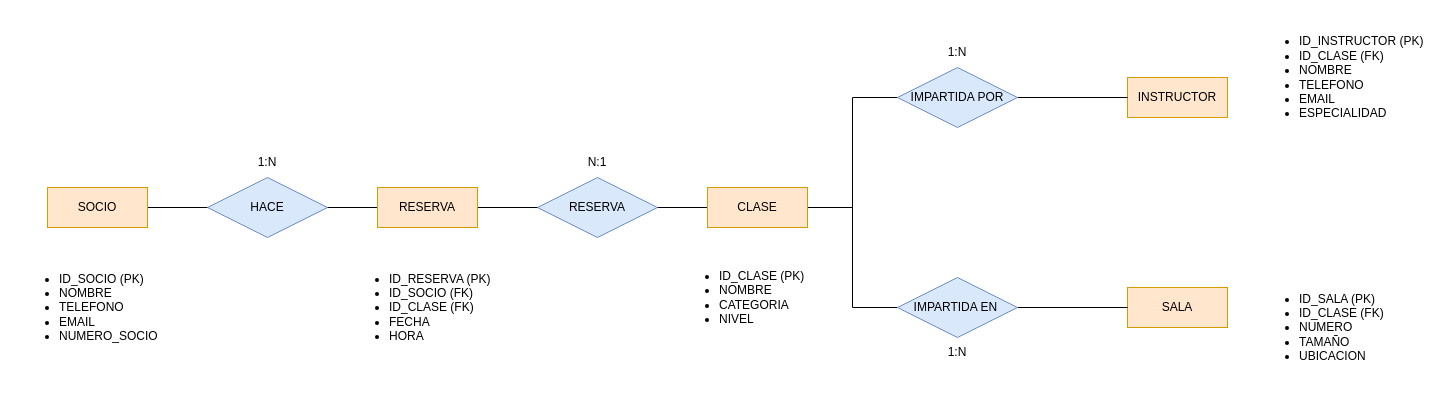
The draw.io diagram E4. Gimnasio.drawio in Milikituki/PracticasBBDD, before the edit. Source tidied: cells renumbered, new cells numbered last; positions are measured from the earlier drawing's top-left corner, leaving out a move shared by most shapes. Both pictures are drawn from the tidied source at 100%, with x=0, y=0 at pixel (17, 17).
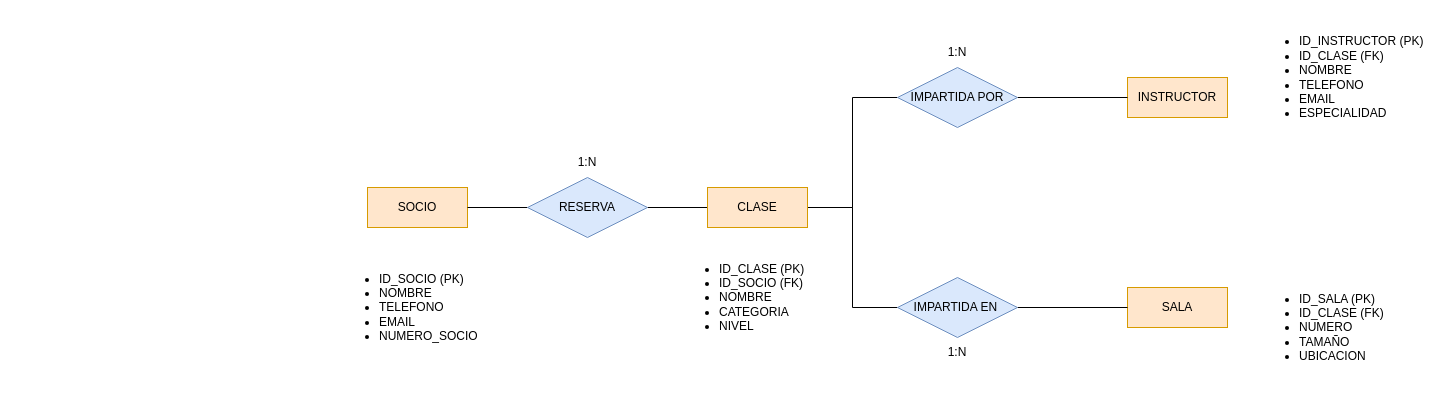
Above is the later version.

Unchanged cells that the change refers to:
```xml
<mxCell id="8" value="CLASE" style="whiteSpace=wrap;html=1;align=center;fillColor=#ffe6cc;strokeColor=#d79b00;" parent="1" vertex="1">
  <mxGeometry x="690" y="170" width="100" height="40" as="geometry" />
</mxCell>
```

What changed in the source:
```diff
@@
-    <mxCell id="3" style="edgeStyle=orthogonalEdgeStyle;rounded=0;jettySize=auto;html=1;entryX=0;entryY=0.5;entryDx=0;entryDy=0;endArrow=none;endFill=0;" parent="1" edge="1" source="4" target="8">
+    <mxCell id="3" style="edgeStyle=orthogonalEdgeStyle;rounded=0;jettySize=auto;html=1;entryX=0;entryY=0.5;entryDx=0;entryDy=0;endArrow=none;endFill=0;" parent="1" edge="1" source="11" target="8">
       <mxGeometry relative="1" as="geometry" />
     </mxCell>
     <mxCell id="4" value="SOCIO" style="whiteSpace=wrap;html=1;align=center;fillColor=#ffe6cc;strokeColor=#d79b00;" parent="1" vertex="1">
-      <mxGeometry x="30" y="170" width="100" height="40" as="geometry" />
+      <mxGeometry x="350" y="170" width="100" height="40" as="geometry" />
     </mxCell>
-    <mxCell id="5" value="RESERVA" style="whiteSpace=wrap;html=1;align=center;fillColor=#ffe6cc;strokeColor=#d79b00;" parent="1" vertex="1">
-      <mxGeometry x="360" y="170" width="100" height="40" as="geometry" />
-    </mxCell>
@@
-    <mxCell id="11" value="HACE" style="shape=rhombus;perimeter=rhombusPerimeter;whiteSpace=wrap;html=1;align=center;fillColor=#dae8fc;strokeColor=#6c8ebf;" parent="1" vertex="1">
-      <mxGeometry x="190" y="160" width="120" height="60" as="geometry" />
-    </mxCell>
-    <mxCell id="12" value="RESERVA" style="shape=rhombus;perimeter=rhombusPerimeter;whiteSpace=wrap;html=1;align=center;fillColor=#dae8fc;strokeColor=#6c8ebf;" parent="1" vertex="1">
-      <mxGeometry x="520" y="160" width="120" height="60" as="geometry" />
-    </mxCell>
@@
     <mxCell id="17" value="1:N" style="text;html=1;whiteSpace=wrap;strokeColor=none;fillColor=none;align=center;verticalAlign=middle;rounded=0;" parent="1" vertex="1">
-      <mxGeometry x="220" y="130" width="60" height="30" as="geometry" />
+      <mxGeometry x="540" y="130" width="60" height="30" as="geometry" />
     </mxCell>
-    <mxCell id="18" value="N:1" style="text;html=1;whiteSpace=wrap;strokeColor=none;fillColor=none;align=center;verticalAlign=middle;rounded=0;" parent="1" vertex="1">
-      <mxGeometry x="550" y="130" width="60" height="30" as="geometry" />
-    </mxCell>
@@
     <mxCell id="21" value="&lt;ul&gt;&lt;li&gt;ID_SOCIO (PK)&lt;/li&gt;&lt;li&gt;NOMBRE&lt;/li&gt;&lt;li&gt;TELEFONO&lt;/li&gt;&lt;li&gt;EMAIL&lt;/li&gt;&lt;li&gt;NUMERO_SOCIO&lt;/li&gt;&lt;/ul&gt;" style="text;strokeColor=none;fillColor=none;html=1;whiteSpace=wrap;verticalAlign=middle;overflow=hidden;" parent="1" vertex="1">
-      <mxGeometry y="230" width="160" height="120" as="geometry" />
+      <mxGeometry x="320" y="230" width="160" height="120" as="geometry" />
     </mxCell>
-    <mxCell id="22" value="&lt;ul&gt;&lt;li&gt;ID_RESERVA (PK)&lt;/li&gt;&lt;li&gt;ID_SOCIO (FK)&lt;/li&gt;&lt;li&gt;ID_CLASE (FK)&lt;/li&gt;&lt;li&gt;FECHA&lt;/li&gt;&lt;li&gt;HORA&lt;/li&gt;&lt;/ul&gt;" style="text;strokeColor=none;fillColor=none;html=1;whiteSpace=wrap;verticalAlign=middle;overflow=hidden;" parent="1" vertex="1">
-      <mxGeometry x="330" y="230" width="160" height="120" as="geometry" />
-    </mxCell>
-    <mxCell id="23" value="&lt;ul&gt;&lt;li&gt;ID_CLASE (PK)&lt;/li&gt;&lt;li&gt;NOMBRE&lt;/li&gt;&lt;li&gt;CATEGORIA&lt;/li&gt;&lt;li&gt;NIVEL&lt;/li&gt;&lt;/ul&gt;" style="text;strokeColor=none;fillColor=none;html=1;whiteSpace=wrap;verticalAlign=middle;overflow=hidden;" parent="1" vertex="1">
+    <mxCell id="23" value="&lt;ul&gt;&lt;li&gt;ID_CLASE (PK)&lt;/li&gt;&lt;li&gt;ID_SOCIO (FK)&lt;/li&gt;&lt;li&gt;NOMBRE&lt;/li&gt;&lt;li&gt;CATEGORIA&lt;/li&gt;&lt;li&gt;NIVEL&lt;/li&gt;&lt;/ul&gt;" style="text;strokeColor=none;fillColor=none;html=1;whiteSpace=wrap;verticalAlign=middle;overflow=hidden;" parent="1" vertex="1">
       <mxGeometry x="660" y="220" width="160" height="120" as="geometry" />
     </mxCell>
@@
+    <mxCell id="25" style="edgeStyle=orthogonalEdgeStyle;rounded=0;jettySize=auto;html=1;entryX=0;entryY=0.5;entryDx=0;entryDy=0;endArrow=none;endFill=0;" parent="1" edge="1" source="4" target="11">
+      <mxGeometry relative="1" as="geometry" />
+    </mxCell>
+    <mxCell id="11" value="RESERVA" style="shape=rhombus;perimeter=rhombusPerimeter;whiteSpace=wrap;html=1;align=center;fillColor=#dae8fc;strokeColor=#6c8ebf;" parent="1" vertex="1">
+      <mxGeometry x="510" y="160" width="120" height="60" as="geometry" />
+    </mxCell>
```
